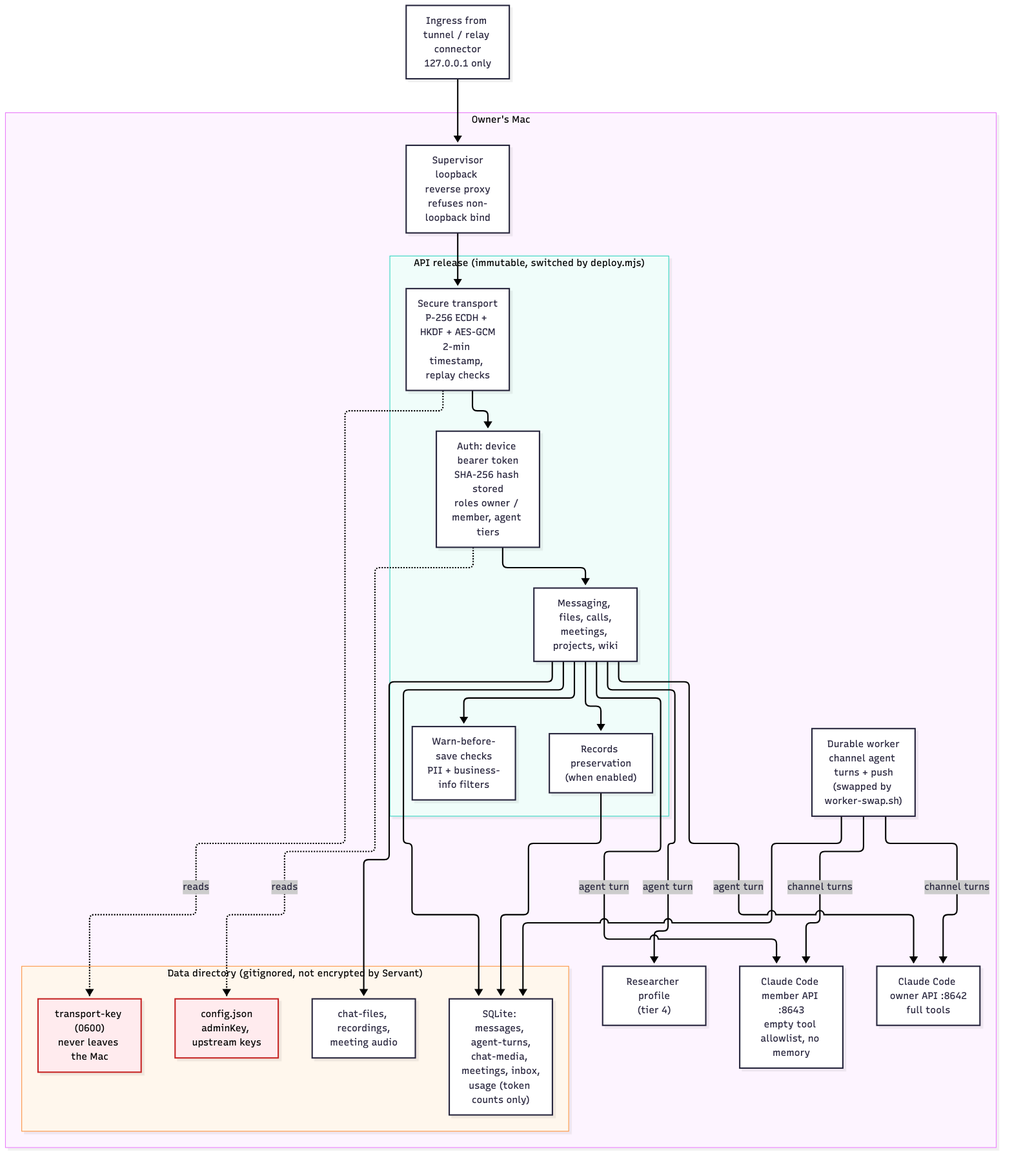
Before: docs/security-architecture/02-server-components.png, a diagram exported from Mermaid (slavingia/servant). Its source is kept beside it as docs/security-architecture/02-server-components.mmd.
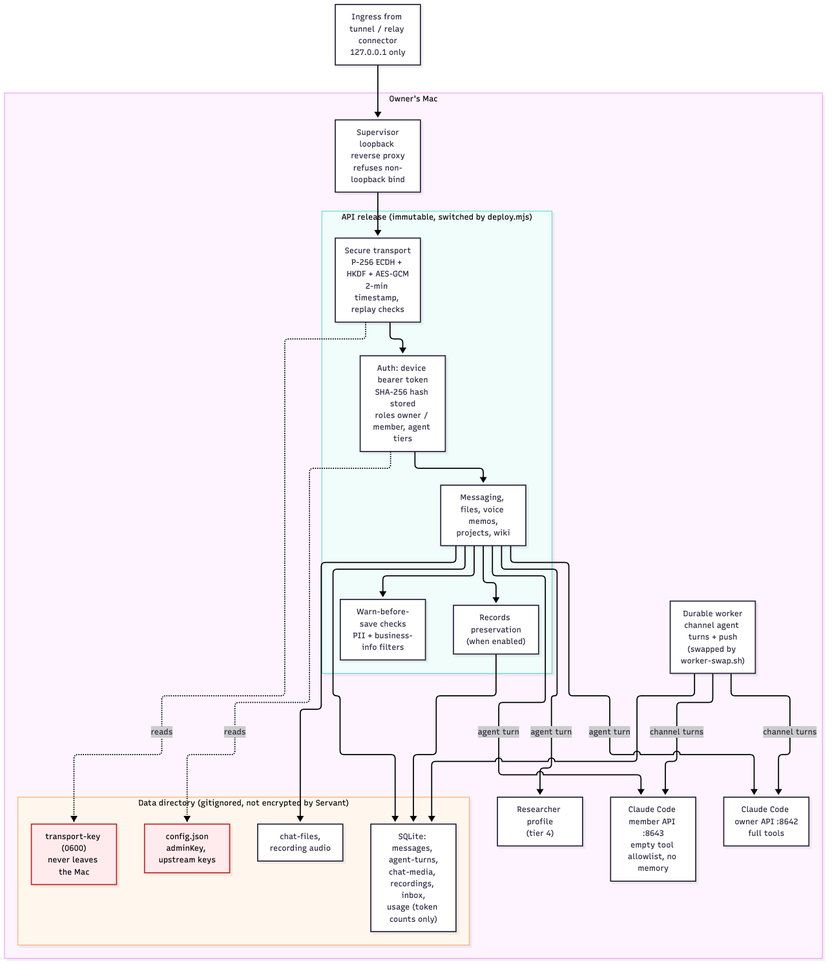
After the change.

Change to the diagram source:
```diff
@@ -5,7 +5,7 @@
     subgraph API["API release (immutable, switched by deploy.mjs)"]
       ST["Secure transport<br/>P-256 ECDH + HKDF + AES-GCM<br/>2-min timestamp, replay checks"]
       AU["Auth: device bearer token<br/>SHA-256 hash stored<br/>roles owner / member, agent tiers"]
-      MS["Messaging, files, calls,<br/>meetings, projects, wiki"]
+      MS["Messaging, files, voice memos,<br/>projects, wiki"]
       GATE["Warn-before-save checks<br/>PII + business-info filters"]
       RP["Records preservation<br/>(when enabled)"]
     end
@@ -13,8 +13,8 @@
     subgraph DATA["Data directory (gitignored, not encrypted by Servant)"]
       K["transport-key (0600)<br/>never leaves the Mac"]
       CFG["config.json<br/>adminKey, upstream keys"]
-      DB["SQLite: messages, agent-turns,<br/>chat-media, meetings, inbox,<br/>usage (token counts only)"]
-      FS["chat-files, recordings,<br/>meeting audio"]
+      DB["SQLite: messages, agent-turns,<br/>chat-media, recordings, inbox,<br/>usage (token counts only)"]
+      FS["chat-files,<br/>recording audio"]
     end
     HO["Claude Code owner API :8642<br/>full tools"]
     HM["Claude Code member API :8643<br/>empty tool allowlist, no memory"]
```
